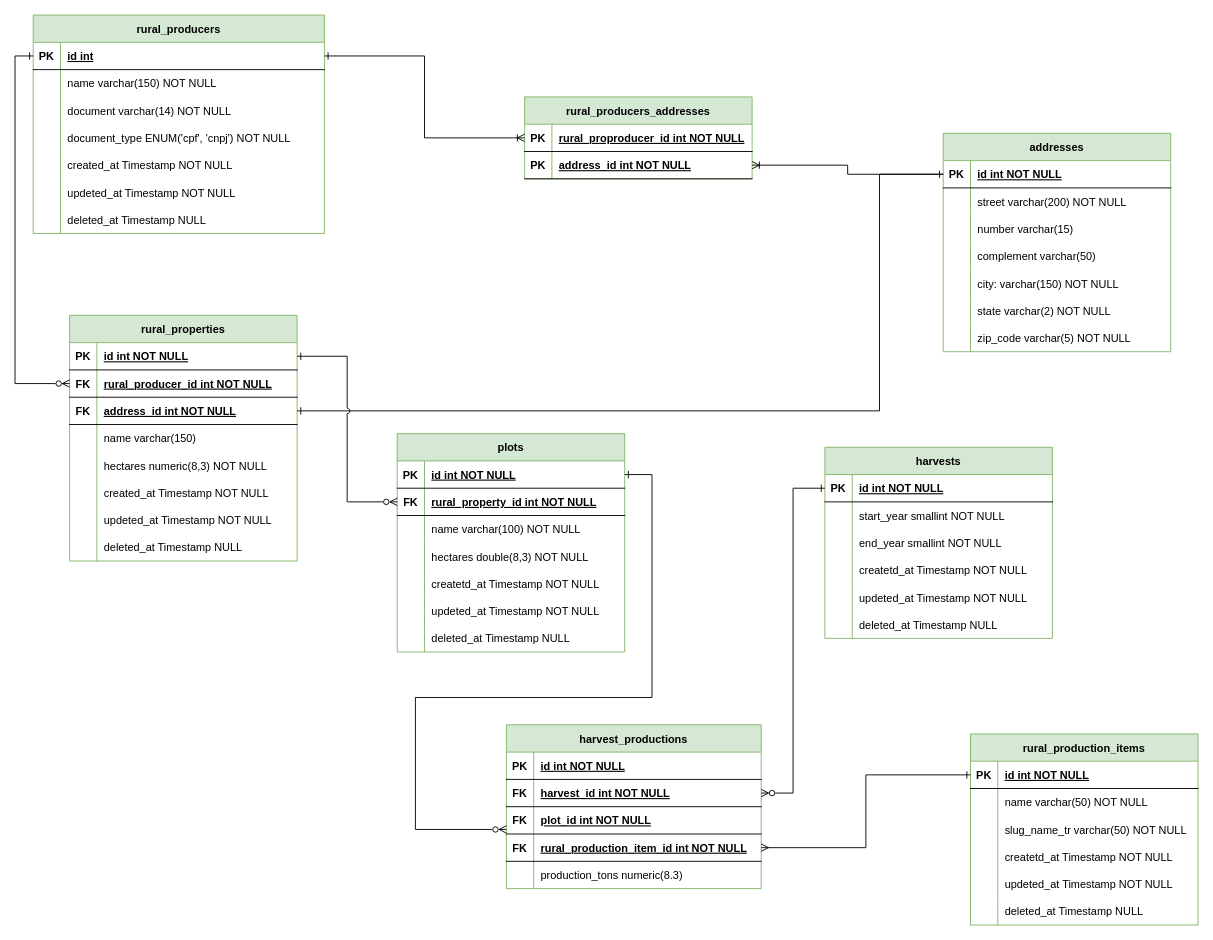
Above: Docs/diagrams.drawio in fernandohcorrea/trabalhe-conosco-verx (draw.io), before the change. Source tidied: cells renumbered, new cells numbered last; positions are measured from the earlier drawing's top-left corner, leaving out a move shared by most shapes. Both pictures are drawn from the tidied source at 91%, with x=0, y=0 at pixel (15, 15).
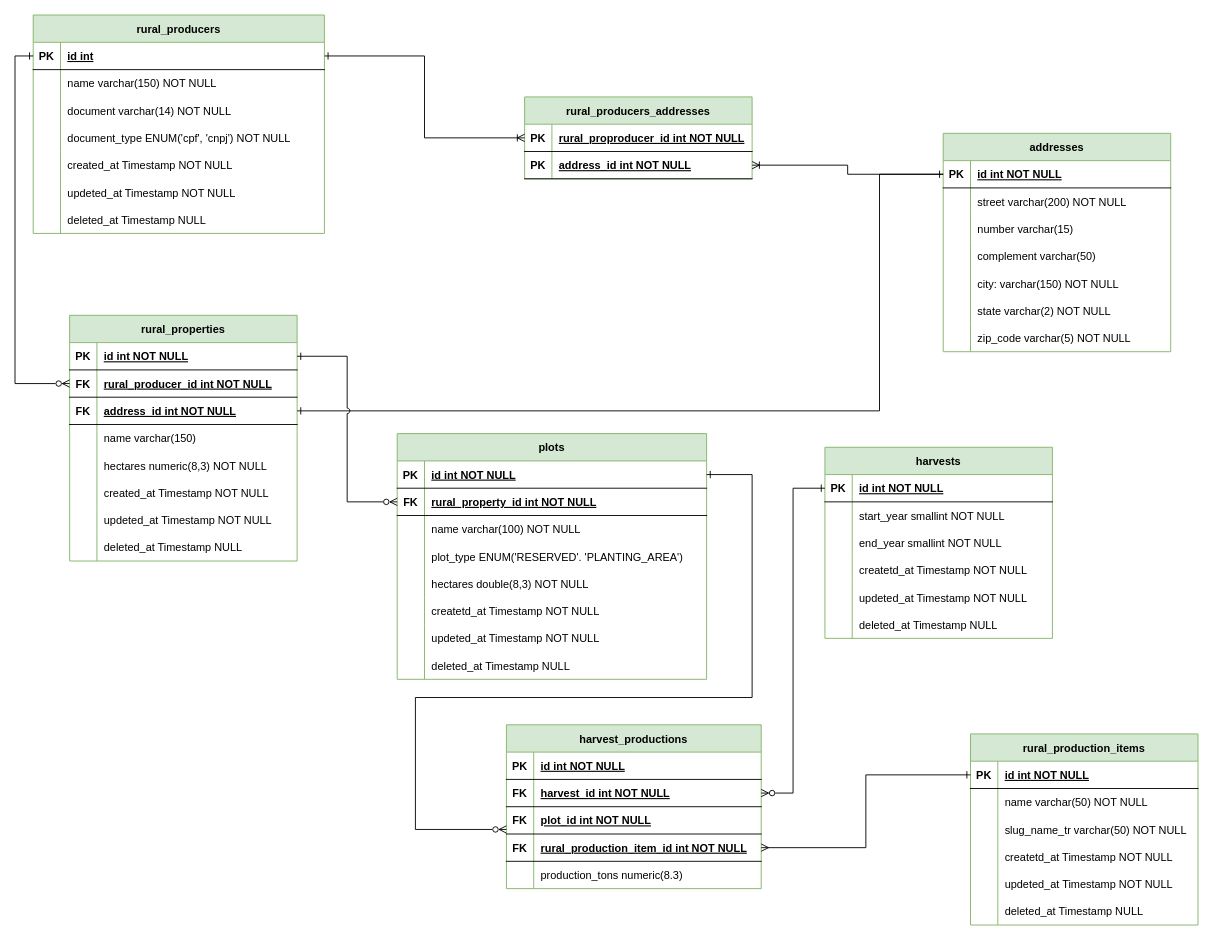
The same diagram, later.

Unchanged cells that the change refers to:
```xml
<mxCell id="131" style="shape=partialRectangle;fillColor=none;points=[[0,0.5],[1,0.5]];portConstraint=eastwest;top=0;left=0;right=0;bottom=1;" parent="124" vertex="1">
  <mxGeometry y="90" width="280" height="30" as="geometry" />
</mxCell>
```

The edit, as a diff of the source:
```diff
@@
     <mxCell id="101" value="plots" style="shape=table;startSize=30;childLayout=tableLayout;rowLines=0;fontStyle=1;align=center;fillColor=#d5e8d4;strokeColor=#82b366;swimlaneFillColor=default;" parent="1" vertex="1">
-      <mxGeometry x="420" y="460" width="250" height="240" as="geometry" />
+      <mxGeometry x="420" y="460" width="340" height="270" as="geometry" />
     </mxCell>
     <mxCell id="102" style="shape=partialRectangle;fillColor=none;points=[[0,0.5],[1,0.5]];portConstraint=eastwest;top=0;left=0;right=0;bottom=1;" parent="101" vertex="1">
-      <mxGeometry y="30" width="250" height="30" as="geometry" />
+      <mxGeometry y="30" width="340" height="30" as="geometry" />
     </mxCell>
@@
     <mxCell id="104" value="id int NOT NULL " style="shape=partialRectangle;overflow=hidden;fillColor=none;top=0;left=0;bottom=0;right=0;align=left;spacingLeft=6;fontStyle=5;" parent="102" vertex="1">
-      <mxGeometry x="30" width="220" height="30" as="geometry" />
+      <mxGeometry x="30" width="310" height="30" as="geometry" />
     </mxCell>
     <mxCell id="105" style="shape=partialRectangle;fillColor=none;points=[[0,0.5],[1,0.5]];portConstraint=eastwest;top=0;left=0;right=0;bottom=1;" parent="101" vertex="1">
-      <mxGeometry y="60" width="250" height="30" as="geometry" />
+      <mxGeometry y="60" width="340" height="30" as="geometry" />
     </mxCell>
@@
     <mxCell id="107" value="rural_property_id int NOT NULL" style="shape=partialRectangle;overflow=hidden;fillColor=none;top=0;left=0;bottom=0;right=0;align=left;spacingLeft=6;fontStyle=5;" parent="105" vertex="1">
-      <mxGeometry x="30" width="220" height="30" as="geometry" />
+      <mxGeometry x="30" width="310" height="30" as="geometry" />
     </mxCell>
     <mxCell id="108" style="shape=partialRectangle;fillColor=none;top=0;left=0;right=0;bottom=0;" parent="101" vertex="1">
-      <mxGeometry y="90" width="250" height="30" as="geometry" />
+      <mxGeometry y="90" width="340" height="30" as="geometry" />
     </mxCell>
@@
     <mxCell id="110" value="name varchar(100) NOT NULL" style="shape=partialRectangle;overflow=hidden;fillColor=none;top=0;left=0;bottom=0;right=0;align=left;spacingLeft=6;" parent="108" vertex="1">
-      <mxGeometry x="30" width="220" height="30" as="geometry" />
+      <mxGeometry x="30" width="310" height="30" as="geometry" />
     </mxCell>
+    <mxCell id="162" style="shape=partialRectangle;fillColor=none;top=0;left=0;right=0;bottom=0;" parent="101" vertex="1">
+      <mxGeometry y="120" width="340" height="30" as="geometry" />
+    </mxCell>
+    <mxCell id="163" style="shape=partialRectangle;overflow=hidden;fillColor=none;top=0;left=0;bottom=0;right=0;" parent="162" vertex="1">
+      <mxGeometry width="30" height="30" as="geometry" />
+    </mxCell>
+    <mxCell id="164" value="plot_type ENUM('RESERVED'. 'PLANTING_AREA')" style="shape=partialRectangle;overflow=hidden;fillColor=none;top=0;left=0;bottom=0;right=0;align=left;spacingLeft=6;" parent="162" vertex="1">
+      <mxGeometry x="30" width="310" height="30" as="geometry" />
+    </mxCell>
     <mxCell id="111" style="shape=partialRectangle;fillColor=none;top=0;left=0;right=0;bottom=0;" parent="101" vertex="1">
-      <mxGeometry y="120" width="250" height="30" as="geometry" />
+      <mxGeometry y="150" width="340" height="30" as="geometry" />
     </mxCell>
@@
     <mxCell id="113" value="hectares double(8,3) NOT NULL" style="shape=partialRectangle;overflow=hidden;fillColor=none;top=0;left=0;bottom=0;right=0;align=left;spacingLeft=6;" parent="111" vertex="1">
-      <mxGeometry x="30" width="220" height="30" as="geometry" />
+      <mxGeometry x="30" width="310" height="30" as="geometry" />
     </mxCell>
     <mxCell id="114" style="shape=partialRectangle;fillColor=none;top=0;left=0;right=0;bottom=0;" parent="101" vertex="1">
-      <mxGeometry y="150" width="250" height="30" as="geometry" />
+      <mxGeometry y="180" width="340" height="30" as="geometry" />
     </mxCell>
@@
     <mxCell id="116" value="createtd_at Timestamp NOT NULL" style="shape=partialRectangle;overflow=hidden;fillColor=none;top=0;left=0;bottom=0;right=0;align=left;spacingLeft=6;" parent="114" vertex="1">
-      <mxGeometry x="30" width="220" height="30" as="geometry" />
+      <mxGeometry x="30" width="310" height="30" as="geometry" />
     </mxCell>
     <mxCell id="117" style="shape=partialRectangle;fillColor=none;top=0;left=0;right=0;bottom=0;" parent="101" vertex="1">
-      <mxGeometry y="180" width="250" height="30" as="geometry" />
+      <mxGeometry y="210" width="340" height="30" as="geometry" />
     </mxCell>
@@
     <mxCell id="119" value="updeted_at Timestamp NOT NULL" style="shape=partialRectangle;overflow=hidden;fillColor=none;top=0;left=0;bottom=0;right=0;align=left;spacingLeft=6;" parent="117" vertex="1">
-      <mxGeometry x="30" width="220" height="30" as="geometry" />
+      <mxGeometry x="30" width="310" height="30" as="geometry" />
     </mxCell>
     <mxCell id="120" style="shape=partialRectangle;fillColor=none;top=0;left=0;right=0;bottom=0;" parent="101" vertex="1">
-      <mxGeometry y="210" width="250" height="30" as="geometry" />
+      <mxGeometry y="240" width="340" height="30" as="geometry" />
     </mxCell>
@@
     <mxCell id="122" value="deleted_at Timestamp NULL" style="shape=partialRectangle;overflow=hidden;fillColor=none;top=0;left=0;bottom=0;right=0;align=left;spacingLeft=6;" parent="120" vertex="1">
-      <mxGeometry x="30" width="220" height="30" as="geometry" />
+      <mxGeometry x="30" width="310" height="30" as="geometry" />
     </mxCell>
@@
     <mxCell id="141" style="edgeStyle=orthogonalEdgeStyle;rounded=0;jettySize=auto;html=1;endArrow=ERzeroToMany;endFill=0;startArrow=ERone;startFill=0;" parent="1" edge="1" source="102" target="131">
       <mxGeometry relative="1" as="geometry">
         <Array as="points">
-          <mxPoint x="700" y="505" />
-          <mxPoint x="700" y="750" />
+          <mxPoint x="810" y="505" />
+          <mxPoint x="810" y="750" />
           <mxPoint x="440" y="750" />
           <mxPoint x="440" y="895" />
         </Array>
       </mxGeometry>
     </mxCell>
```
